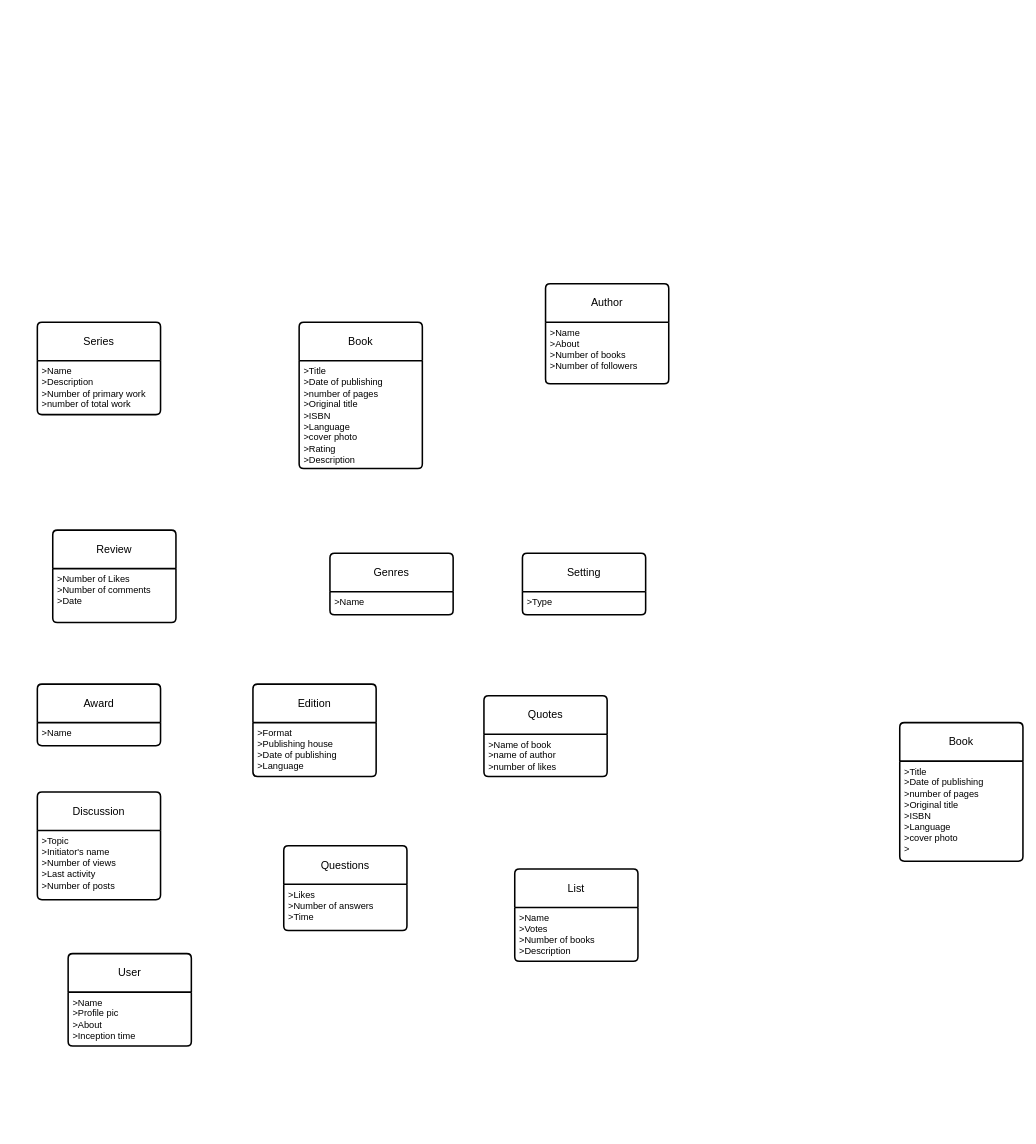
Earlier version of the draw.io diagram Untitled Diagram.drawio (AyushSaxena01/erd). Source tidied: cells renumbered, new cells numbered last; positions are measured from the earlier drawing's top-left corner, leaving out a move shared by most shapes. Both pictures are drawn from the tidied source at 77%, with x=0, y=0 at pixel (37, 283).
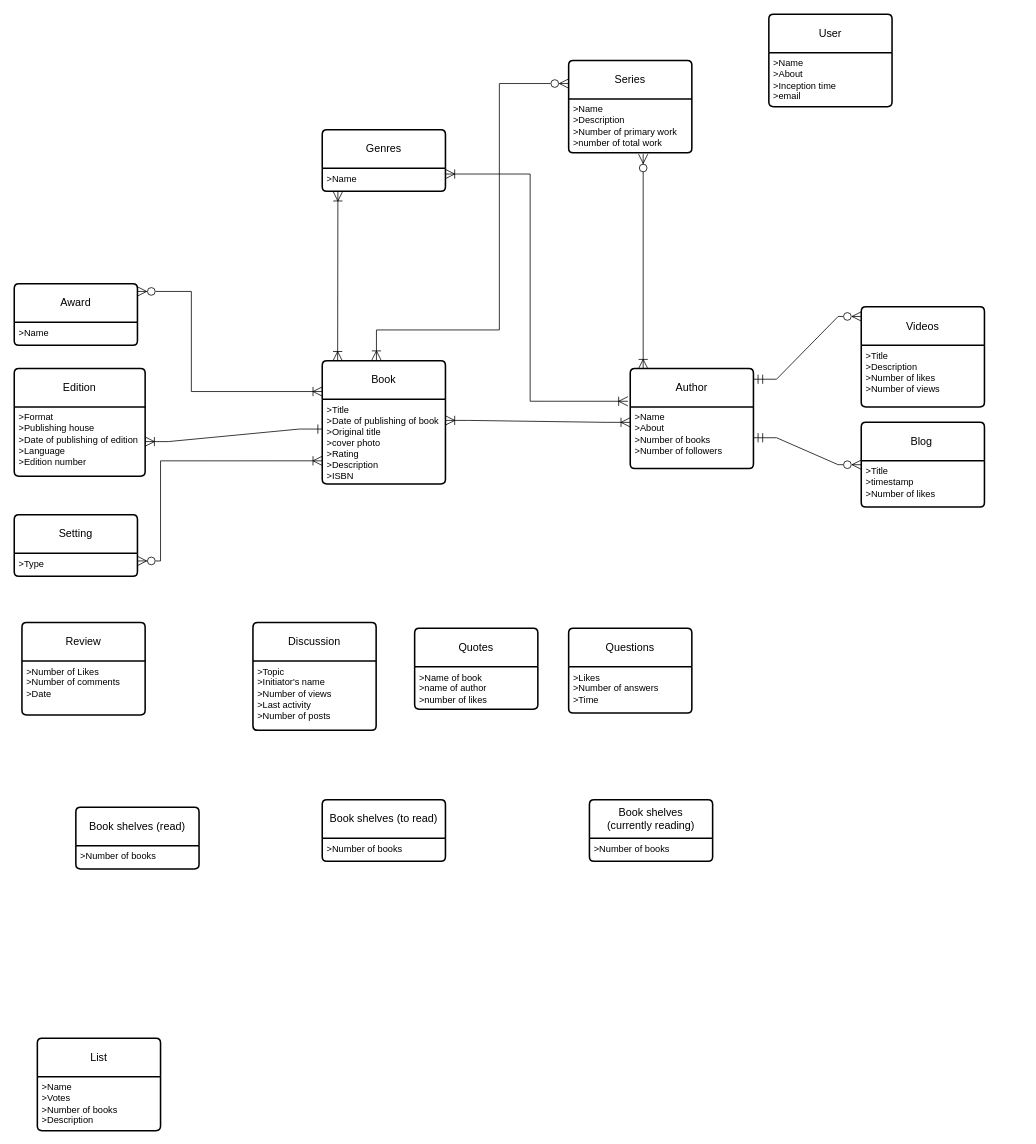
After the change.

The change refers to these unchanged cells:
```xml
<mxCell id="7" value="&amp;gt;Name&lt;br&gt;&amp;gt;About&lt;br&gt;&amp;gt;Number of books&lt;br&gt;&amp;gt;Number of followers&lt;br&gt;" style="align=left;strokeColor=none;fillColor=none;spacingLeft=4;fontSize=12;verticalAlign=top;html=1;" parent="6" vertex="1">
  <mxGeometry y="50" width="160" height="80" as="geometry" />
</mxCell>
<mxCell id="11" value="&amp;gt;Name" style="align=left;strokeColor=none;fillColor=none;spacingLeft=4;fontSize=12;verticalAlign=top;html=1;" parent="10" vertex="1">
  <mxGeometry y="50" width="160" height="30" as="geometry" />
</mxCell>
<mxCell id="13" value="&amp;gt;Name&lt;br&gt;&amp;gt;Description&lt;br&gt;&amp;gt;Number of primary work&lt;br&gt;&amp;gt;number of total work" style="align=left;strokeColor=none;fillColor=none;spacingLeft=4;fontSize=12;verticalAlign=top;html=1;" parent="12" vertex="1">
  <mxGeometry y="50" width="160" height="70" as="geometry" />
</mxCell>
```

Diff of the diagram source:
```diff
@@
     <mxCell id="2" value="Book" style="swimlane;horizontal=1;startSize=50;rounded=1;fontSize=14;fontStyle=0;strokeWidth=2;shadow=0;dashed=0;align=center;arcSize=4;whiteSpace=wrap;html=1;" parent="1" vertex="1">
-      <mxGeometry x="340" y="50" width="160" height="190" as="geometry" />
+      <mxGeometry x="370" y="100" width="160" height="160" as="geometry" />
     </mxCell>
-    <mxCell id="3" value="&amp;gt;Title&lt;br&gt;&amp;gt;Date of publishing&lt;br&gt;&amp;gt;number of pages&lt;br&gt;&amp;gt;Original title&lt;br&gt;&amp;gt;ISBN&lt;br&gt;&amp;gt;Language&lt;br&gt;&amp;gt;cover photo&lt;br&gt;&amp;gt;Rating&lt;br&gt;&amp;gt;Description" style="align=left;strokeColor=none;fillColor=none;spacingLeft=4;fontSize=12;verticalAlign=top;html=1;" parent="2" vertex="1">
-      <mxGeometry y="50" width="160" height="140" as="geometry" />
+    <mxCell id="3" value="&amp;gt;Title&lt;br&gt;&amp;gt;Date of publishing of book&lt;br&gt;&amp;gt;Original title&lt;br&gt;&amp;gt;cover photo&lt;br&gt;&amp;gt;Rating&lt;br&gt;&amp;gt;Description&lt;br&gt;&amp;gt;ISBN" style="align=left;strokeColor=none;fillColor=none;spacingLeft=4;fontSize=12;verticalAlign=top;html=1;" parent="2" vertex="1">
+      <mxGeometry y="50" width="160" height="110" as="geometry" />
     </mxCell>
-    <mxCell id="4" value="Book" style="swimlane;horizontal=1;startSize=50;rounded=1;fontSize=14;fontStyle=0;strokeWidth=2;shadow=0;dashed=0;align=center;arcSize=4;whiteSpace=wrap;html=1;" parent="1" vertex="1">
-      <mxGeometry x="1120" y="570" width="160" height="180" as="geometry" />
-    </mxCell>
-    <mxCell id="5" value="&amp;gt;Title&lt;br&gt;&amp;gt;Date of publishing&lt;br&gt;&amp;gt;number of pages&lt;br&gt;&amp;gt;Original title&lt;br&gt;&amp;gt;ISBN&lt;br&gt;&amp;gt;Language&lt;br&gt;&amp;gt;cover photo&lt;br&gt;&amp;gt;" style="align=left;strokeColor=none;fillColor=none;spacingLeft=4;fontSize=12;verticalAlign=top;html=1;" parent="4" vertex="1">
-      <mxGeometry y="50" width="160" height="130" as="geometry" />
-    </mxCell>
     <mxCell id="6" value="Author" style="swimlane;horizontal=1;startSize=50;rounded=1;fontSize=14;fontStyle=0;strokeWidth=2;shadow=0;dashed=0;align=center;arcSize=4;whiteSpace=wrap;html=1;" parent="1" vertex="1">
-      <mxGeometry x="660" width="160" height="130" as="geometry" />
+      <mxGeometry x="770" y="110" width="160" height="130" as="geometry" />
     </mxCell>
@@
     <mxCell id="8" value="Review" style="swimlane;horizontal=1;startSize=50;rounded=1;fontSize=14;fontStyle=0;strokeWidth=2;shadow=0;dashed=0;align=center;arcSize=4;whiteSpace=wrap;html=1;" parent="1" vertex="1">
-      <mxGeometry x="20" y="320" width="160" height="120" as="geometry" />
+      <mxGeometry x="-20" y="440" width="160" height="120" as="geometry" />
     </mxCell>
@@
     <mxCell id="10" value="Genres" style="swimlane;horizontal=1;startSize=50;rounded=1;fontSize=14;fontStyle=0;strokeWidth=2;shadow=0;dashed=0;align=center;arcSize=4;whiteSpace=wrap;html=1;" parent="1" vertex="1">
-      <mxGeometry x="380" y="350" width="160" height="80" as="geometry" />
+      <mxGeometry x="370" y="-200" width="160" height="80" as="geometry" />
     </mxCell>
@@
     <mxCell id="12" value="Series" style="swimlane;horizontal=1;startSize=50;rounded=1;fontSize=14;fontStyle=0;strokeWidth=2;shadow=0;dashed=0;align=center;arcSize=4;whiteSpace=wrap;html=1;" parent="1" vertex="1">
-      <mxGeometry y="50" width="160" height="120" as="geometry" />
+      <mxGeometry x="690" y="-290" width="160" height="120" as="geometry" />
     </mxCell>
@@
     <mxCell id="14" value="Setting" style="swimlane;horizontal=1;startSize=50;rounded=1;fontSize=14;fontStyle=0;strokeWidth=2;shadow=0;dashed=0;align=center;arcSize=4;whiteSpace=wrap;html=1;" parent="1" vertex="1">
-      <mxGeometry x="630" y="350" width="160" height="80" as="geometry" />
+      <mxGeometry x="-30" y="300" width="160" height="80" as="geometry" />
     </mxCell>
@@
     <mxCell id="16" value="Award" style="swimlane;horizontal=1;startSize=50;rounded=1;fontSize=14;fontStyle=0;strokeWidth=2;shadow=0;dashed=0;align=center;arcSize=4;whiteSpace=wrap;html=1;" parent="1" vertex="1">
-      <mxGeometry y="520" width="160" height="80" as="geometry" />
+      <mxGeometry x="-30" width="160" height="80" as="geometry" />
     </mxCell>
@@
     <mxCell id="18" value="Edition" style="swimlane;horizontal=1;startSize=50;rounded=1;fontSize=14;fontStyle=0;strokeWidth=2;shadow=0;dashed=0;align=center;arcSize=4;whiteSpace=wrap;html=1;" parent="1" vertex="1">
-      <mxGeometry x="280" y="520" width="160" height="120" as="geometry" />
+      <mxGeometry x="-30" y="110" width="170" height="140" as="geometry" />
     </mxCell>
-    <mxCell id="19" value="&amp;gt;Format&lt;br&gt;&amp;gt;Publishing house&lt;br&gt;&amp;gt;Date of publishing&lt;br&gt;&amp;gt;Language" style="align=left;strokeColor=none;fillColor=none;spacingLeft=4;fontSize=12;verticalAlign=top;html=1;" parent="18" vertex="1">
-      <mxGeometry y="50" width="160" height="70" as="geometry" />
+    <mxCell id="19" value="&amp;gt;Format&lt;br&gt;&amp;gt;Publishing house&lt;br&gt;&amp;gt;Date of publishing of edition&lt;br&gt;&amp;gt;Language&lt;br&gt;&amp;gt;Edition number" style="align=left;strokeColor=none;fillColor=none;spacingLeft=4;fontSize=12;verticalAlign=top;html=1;" parent="18" vertex="1">
+      <mxGeometry y="50" width="170" height="90" as="geometry" />
     </mxCell>
     <mxCell id="20" value="Quotes" style="swimlane;horizontal=1;startSize=50;rounded=1;fontSize=14;fontStyle=0;strokeWidth=2;shadow=0;dashed=0;align=center;arcSize=4;whiteSpace=wrap;html=1;" parent="1" vertex="1">
-      <mxGeometry x="580" y="535" width="160" height="105" as="geometry" />
+      <mxGeometry x="490" y="447.5" width="160" height="105" as="geometry" />
     </mxCell>
@@
     <mxCell id="22" value="Discussion" style="swimlane;horizontal=1;startSize=50;rounded=1;fontSize=14;fontStyle=0;strokeWidth=2;shadow=0;dashed=0;align=center;arcSize=4;whiteSpace=wrap;html=1;" parent="1" vertex="1">
-      <mxGeometry y="660" width="160" height="140" as="geometry" />
+      <mxGeometry x="280" y="440" width="160" height="140" as="geometry" />
     </mxCell>
@@
     <mxCell id="24" value="Questions" style="swimlane;horizontal=1;startSize=50;rounded=1;fontSize=14;fontStyle=0;strokeWidth=2;shadow=0;dashed=0;align=center;arcSize=4;whiteSpace=wrap;html=1;" parent="1" vertex="1">
-      <mxGeometry x="320" y="730" width="160" height="110" as="geometry" />
+      <mxGeometry x="690" y="447.5" width="160" height="110" as="geometry" />
     </mxCell>
@@
     <mxCell id="26" value="List" style="swimlane;horizontal=1;startSize=50;rounded=1;fontSize=14;fontStyle=0;strokeWidth=2;shadow=0;dashed=0;align=center;arcSize=4;whiteSpace=wrap;html=1;" parent="1" vertex="1">
-      <mxGeometry x="620" y="760" width="160" height="120" as="geometry" />
+      <mxGeometry y="980" width="160" height="120" as="geometry" />
     </mxCell>
@@
     <mxCell id="28" value="User" style="swimlane;horizontal=1;startSize=50;rounded=1;fontSize=14;fontStyle=0;strokeWidth=2;shadow=0;dashed=0;align=center;arcSize=4;whiteSpace=wrap;html=1;" parent="1" vertex="1">
-      <mxGeometry x="40" y="870" width="160" height="120" as="geometry" />
+      <mxGeometry x="950" y="-350" width="160" height="120" as="geometry" />
     </mxCell>
-    <mxCell id="29" value="&amp;gt;Name&lt;br&gt;&amp;gt;Profile pic&lt;br&gt;&amp;gt;About&lt;br&gt;&amp;gt;Inception time" style="align=left;strokeColor=none;fillColor=none;spacingLeft=4;fontSize=12;verticalAlign=top;html=1;" parent="28" vertex="1">
+    <mxCell id="29" value="&amp;gt;Name&lt;br&gt;&amp;gt;About&lt;br&gt;&amp;gt;Inception time&lt;br&gt;&amp;gt;email" style="align=left;strokeColor=none;fillColor=none;spacingLeft=4;fontSize=12;verticalAlign=top;html=1;" parent="28" vertex="1">
       <mxGeometry y="50" width="160" height="70" as="geometry" />
     </mxCell>
+    <mxCell id="30" value="Book shelves (read)" style="swimlane;horizontal=1;startSize=50;rounded=1;fontSize=14;fontStyle=0;strokeWidth=2;shadow=0;dashed=0;align=center;arcSize=4;whiteSpace=wrap;html=1;" parent="1" vertex="1">
+      <mxGeometry x="50" y="680" width="160" height="80" as="geometry" />
+    </mxCell>
+    <mxCell id="31" value="&amp;gt;Number of books" style="align=left;strokeColor=none;fillColor=none;spacingLeft=4;fontSize=12;verticalAlign=top;html=1;" parent="30" vertex="1">
+      <mxGeometry y="50" width="160" height="30" as="geometry" />
+    </mxCell>
+    <mxCell id="32" value="Book shelves (to read)" style="swimlane;horizontal=1;startSize=50;rounded=1;fontSize=14;fontStyle=0;strokeWidth=2;shadow=0;dashed=0;align=center;arcSize=4;whiteSpace=wrap;html=1;" parent="1" vertex="1">
+      <mxGeometry x="370" y="670" width="160" height="80" as="geometry" />
+    </mxCell>
+    <mxCell id="33" value="&amp;gt;Number of books" style="align=left;strokeColor=none;fillColor=none;spacingLeft=4;fontSize=12;verticalAlign=top;html=1;" parent="32" vertex="1">
+      <mxGeometry y="50" width="160" height="30" as="geometry" />
+    </mxCell>
+    <mxCell id="34" value="Book shelves &lt;br&gt;(currently reading)" style="swimlane;horizontal=1;startSize=50;rounded=1;fontSize=14;fontStyle=0;strokeWidth=2;shadow=0;dashed=0;align=center;arcSize=4;whiteSpace=wrap;html=1;" parent="1" vertex="1">
+      <mxGeometry x="717" y="670" width="160" height="80" as="geometry" />
+    </mxCell>
+    <mxCell id="35" value="&amp;gt;Number of books" style="align=left;strokeColor=none;fillColor=none;spacingLeft=4;fontSize=12;verticalAlign=top;html=1;" parent="34" vertex="1">
+      <mxGeometry y="50" width="160" height="30" as="geometry" />
+    </mxCell>
+    <mxCell id="36" value="Blog&lt;span style=&quot;white-space: pre;&quot;&gt;&#9;&lt;/span&gt;" style="swimlane;horizontal=1;startSize=50;rounded=1;fontSize=14;fontStyle=0;strokeWidth=2;shadow=0;dashed=0;align=center;arcSize=4;whiteSpace=wrap;html=1;" parent="1" vertex="1">
+      <mxGeometry x="1070" y="180" width="160" height="110" as="geometry" />
+    </mxCell>
+    <mxCell id="37" value="&amp;gt;Title&lt;br&gt;&amp;gt;timestamp&lt;br&gt;&amp;gt;Number of likes" style="align=left;strokeColor=none;fillColor=none;spacingLeft=4;fontSize=12;verticalAlign=top;html=1;" parent="36" vertex="1">
+      <mxGeometry y="50" width="160" height="60" as="geometry" />
+    </mxCell>
+    <mxCell id="38" value="Videos" style="swimlane;horizontal=1;startSize=50;rounded=1;fontSize=14;fontStyle=0;strokeWidth=2;shadow=0;dashed=0;align=center;arcSize=4;whiteSpace=wrap;html=1;" parent="1" vertex="1">
+      <mxGeometry x="1070" y="30" width="160" height="130" as="geometry" />
+    </mxCell>
+    <mxCell id="39" value="&amp;gt;Title&lt;br&gt;&amp;gt;Description&lt;br&gt;&amp;gt;Number of likes&lt;br&gt;&amp;gt;Number of views&lt;br&gt;" style="align=left;strokeColor=none;fillColor=none;spacingLeft=4;fontSize=12;verticalAlign=top;html=1;" parent="38" vertex="1">
+      <mxGeometry y="50" width="160" height="80" as="geometry" />
+    </mxCell>
+    <mxCell id="40" style="edgeStyle=entityRelationEdgeStyle;fontSize=12;html=1;endArrow=ERoneToMany;startArrow=ERoneToMany;rounded=0;exitX=1;exitY=0.25;exitDx=0;exitDy=0;endSize=10;startSize=10;entryX=0;entryY=0.25;entryDx=0;entryDy=0;" parent="1" edge="1" source="3" target="7">
+      <mxGeometry relative="1" as="geometry">
+        <Array as="points">
+          <mxPoint x="440" y="110" />
+          <mxPoint x="570" y="130" />
+        </Array>
+      </mxGeometry>
+    </mxCell>
+    <mxCell id="41" style="edgeStyle=orthogonalEdgeStyle;fontSize=12;html=1;endArrow=ERzeroToMany;startArrow=ERoneToMany;rounded=0;endSize=10;startSize=10;endFill=0;entryX=1;entryY=0.75;entryDx=0;entryDy=0;exitX=0;exitY=0.727;exitDx=0;exitDy=0;exitPerimeter=0;" parent="1" edge="1" source="3" target="14">
+      <mxGeometry relative="1" as="geometry">
+        <Array as="points">
+          <mxPoint x="160" y="230" />
+          <mxPoint x="160" y="360" />
+        </Array>
+      </mxGeometry>
+    </mxCell>
+    <mxCell id="42" style="fontSize=12;html=1;endArrow=ERoneToMany;endFill=0;startArrow=ERoneToMany;rounded=0;exitX=0.127;exitY=1.017;exitDx=0;exitDy=0;exitPerimeter=0;entryX=0.116;entryY=-0.01;entryDx=0;entryDy=0;entryPerimeter=0;endSize=10;startSize=10;startFill=0;" parent="1" edge="1" source="11">
+      <mxGeometry relative="1" as="geometry">
+        <mxPoint x="390" y="100" as="targetPoint" />
+      </mxGeometry>
+    </mxCell>
+    <mxCell id="43" style="fontSize=12;html=1;endArrow=ERoneToMany;endFill=0;startArrow=ERoneToMany;rounded=0;endSize=10;startSize=10;edgeStyle=orthogonalEdgeStyle;startFill=0;entryX=-0.019;entryY=0.328;entryDx=0;entryDy=0;entryPerimeter=0;exitX=1;exitY=0.25;exitDx=0;exitDy=0;" parent="1" edge="1" source="11" target="6">
+      <mxGeometry relative="1" as="geometry">
+        <Array as="points">
+          <mxPoint x="640" y="-143" />
+          <mxPoint x="640" y="153" />
+        </Array>
+      </mxGeometry>
+    </mxCell>
+    <mxCell id="44" style="edgeStyle=orthogonalEdgeStyle;fontSize=12;html=1;endArrow=ERzeroToMany;startArrow=ERoneToMany;rounded=0;endFill=0;startFill=0;entryX=0;entryY=0.25;entryDx=0;entryDy=0;exitX=0.44;exitY=-0.005;exitDx=0;exitDy=0;exitPerimeter=0;endSize=10;startSize=10;" parent="1" edge="1" source="2" target="12">
+      <mxGeometry relative="1" as="geometry">
+        <Array as="points">
+          <mxPoint x="440" y="60" />
+          <mxPoint x="600" y="60" />
+          <mxPoint x="600" y="-260" />
+        </Array>
+      </mxGeometry>
+    </mxCell>
+    <mxCell id="45" style="edgeStyle=orthogonalEdgeStyle;fontSize=12;html=1;endArrow=ERzeroToMany;endFill=1;startArrow=ERoneToMany;rounded=0;entryX=0.605;entryY=1.024;entryDx=0;entryDy=0;exitX=0.105;exitY=0.002;exitDx=0;exitDy=0;entryPerimeter=0;exitPerimeter=0;endSize=10;startSize=10;startFill=0;" parent="1" edge="1" source="6" target="13">
+      <mxGeometry relative="1" as="geometry" />
+    </mxCell>
+    <mxCell id="46" style="edgeStyle=entityRelationEdgeStyle;fontSize=12;html=1;endArrow=ERzeroToMany;startArrow=ERmandOne;rounded=0;entryX=0;entryY=0.096;entryDx=0;entryDy=0;entryPerimeter=0;endSize=10;startSize=10;endFill=0;startFill=0;" parent="1" edge="1" target="38">
+      <mxGeometry relative="1" as="geometry">
+        <mxPoint x="930" y="124" as="sourcePoint" />
+        <Array as="points">
+          <mxPoint x="990" y="140" />
+        </Array>
+      </mxGeometry>
+    </mxCell>
+    <mxCell id="47" style="edgeStyle=entityRelationEdgeStyle;fontSize=12;html=1;endArrow=ERzeroToMany;startArrow=ERmandOne;rounded=0;endSize=10;startSize=10;endFill=0;startFill=0;" parent="1" edge="1" source="7" target="36">
+      <mxGeometry relative="1" as="geometry">
+        <Array as="points">
+          <mxPoint x="1030" y="356" />
+        </Array>
+      </mxGeometry>
+    </mxCell>
+    <mxCell id="48" style="edgeStyle=orthogonalEdgeStyle;fontSize=12;html=1;endArrow=ERoneToMany;endFill=0;rounded=0;exitX=1;exitY=0.125;exitDx=0;exitDy=0;exitPerimeter=0;startArrow=ERzeroToMany;startFill=0;endSize=10;startSize=10;entryX=0;entryY=0.25;entryDx=0;entryDy=0;" parent="1" edge="1" source="16" target="2">
+      <mxGeometry relative="1" as="geometry">
+        <Array as="points">
+          <mxPoint x="200" y="10" />
+          <mxPoint x="200" y="140" />
+        </Array>
+      </mxGeometry>
+    </mxCell>
+    <mxCell id="49" style="edgeStyle=entityRelationEdgeStyle;fontSize=12;html=1;endArrow=ERone;endFill=0;rounded=0;startArrow=ERoneToMany;startFill=0;jumpSize=6;startSize=10;endSize=10;entryX=0.002;entryY=0.352;entryDx=0;entryDy=0;entryPerimeter=0;" parent="1" edge="1" source="19" target="3">
+      <mxGeometry relative="1" as="geometry" />
+    </mxCell>
```
